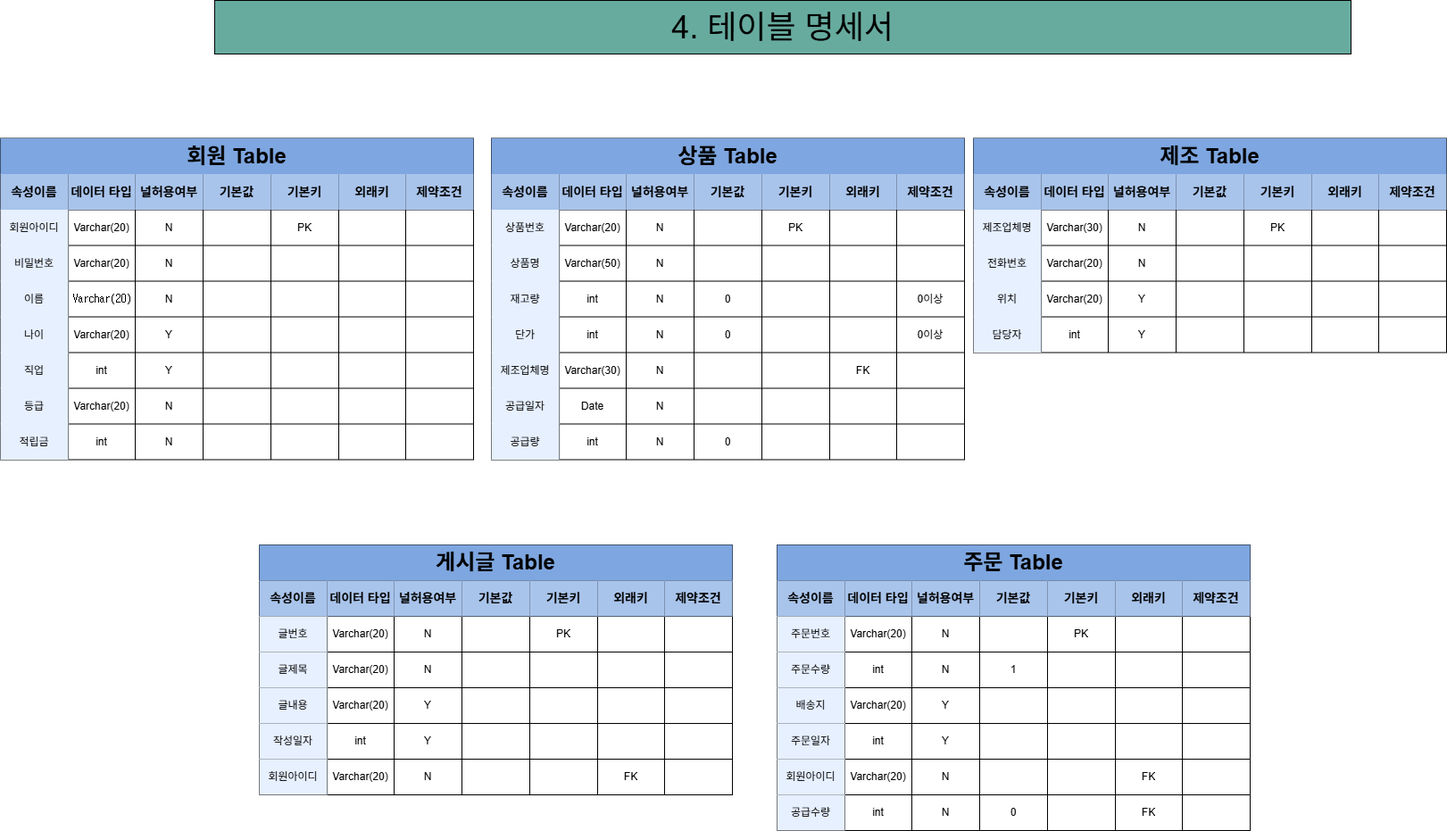
Earlier version of the draw.io export 한빛마트 온라인몰_4.테이블 설계.drawio.png (hazyala/DB_2025_2). Source tidied: cells renumbered, new cells last; positions are measured from the earlier drawing's top-left corner, leaving out a move shared by most shapes.
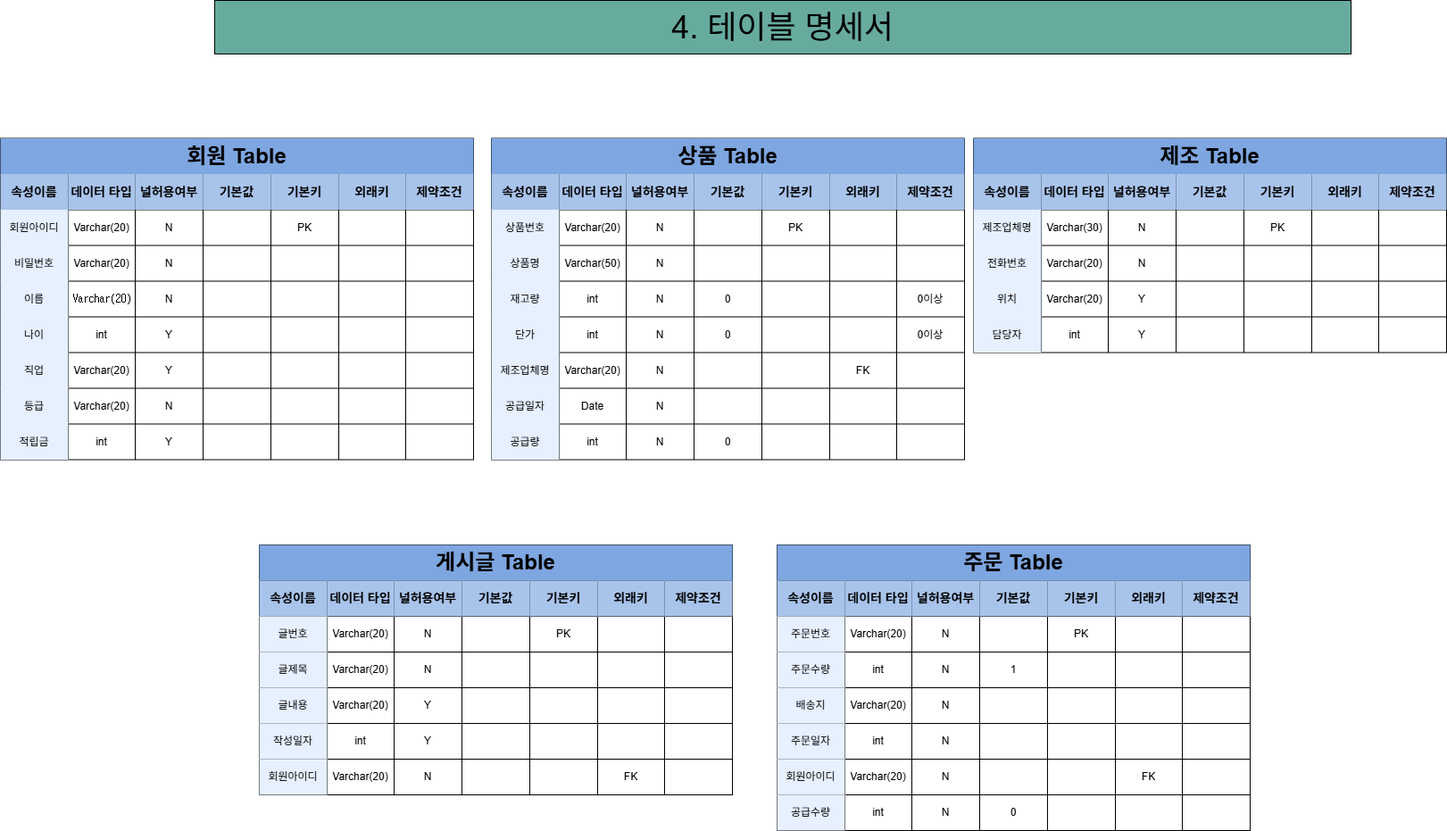
The same diagram one commit later.

Commit message:
한빛마트 온라인몰_4.테이블 설계.drawio.png이 추가되었습니다.

Change to the diagram source:
```diff
@@ -116,7 +116,7 @@
     <mxCell id="39" value="나이" style="shape=partialRectangle;html=1;whiteSpace=wrap;strokeColor=inherit;overflow=hidden;fillColor=#E7F0FF;top=0;left=0;bottom=0;right=0;" parent="38" vertex="1">
       <mxGeometry width="76" height="40" as="geometry" />
     </mxCell>
-    <mxCell id="40" value="Varchar(20)" style="shape=partialRectangle;html=1;whiteSpace=wrap;strokeColor=inherit;overflow=hidden;fillColor=none;top=0;left=0;bottom=0;right=0;" parent="38" vertex="1">
+    <mxCell id="40" value="int" style="shape=partialRectangle;html=1;whiteSpace=wrap;strokeColor=inherit;overflow=hidden;fillColor=none;top=0;left=0;bottom=0;right=0;" parent="38" vertex="1">
       <mxGeometry x="76" width="75" height="40" as="geometry" />
     </mxCell>
     <mxCell id="41" value="Y" style="shape=partialRectangle;html=1;whiteSpace=wrap;strokeColor=inherit;overflow=hidden;fillColor=none;top=0;left=0;bottom=0;right=0;" parent="38" vertex="1">
@@ -140,7 +140,7 @@
     <mxCell id="47" value="직업" style="shape=partialRectangle;html=1;whiteSpace=wrap;strokeColor=inherit;overflow=hidden;fillColor=#E7F0FF;top=0;left=0;bottom=0;right=0;" parent="46" vertex="1">
       <mxGeometry width="76" height="40" as="geometry" />
     </mxCell>
-    <mxCell id="48" value="int" style="shape=partialRectangle;html=1;whiteSpace=wrap;strokeColor=inherit;overflow=hidden;fillColor=none;top=0;left=0;bottom=0;right=0;" parent="46" vertex="1">
+    <mxCell id="48" value="Varchar(20)" style="shape=partialRectangle;html=1;whiteSpace=wrap;strokeColor=inherit;overflow=hidden;fillColor=none;top=0;left=0;bottom=0;right=0;" parent="46" vertex="1">
       <mxGeometry x="76" width="75" height="40" as="geometry" />
     </mxCell>
     <mxCell id="49" value="Y" style="shape=partialRectangle;html=1;whiteSpace=wrap;strokeColor=inherit;overflow=hidden;fillColor=none;top=0;left=0;bottom=0;right=0;" parent="46" vertex="1">
@@ -191,7 +191,7 @@
     <mxCell id="64" value="int" style="shape=partialRectangle;html=1;whiteSpace=wrap;strokeColor=inherit;overflow=hidden;fillColor=none;top=0;left=0;bottom=0;right=0;" parent="62" vertex="1">
       <mxGeometry x="76" width="75" height="40" as="geometry" />
     </mxCell>
-    <mxCell id="65" value="N" style="shape=partialRectangle;html=1;whiteSpace=wrap;strokeColor=inherit;overflow=hidden;fillColor=none;top=0;left=0;bottom=0;right=0;" parent="62" vertex="1">
+    <mxCell id="65" value="Y" style="shape=partialRectangle;html=1;whiteSpace=wrap;strokeColor=inherit;overflow=hidden;fillColor=none;top=0;left=0;bottom=0;right=0;" parent="62" vertex="1">
       <mxGeometry x="151" width="76" height="40" as="geometry" />
     </mxCell>
     <mxCell id="66" style="shape=partialRectangle;html=1;whiteSpace=wrap;strokeColor=inherit;overflow=hidden;fillColor=none;top=0;left=0;bottom=0;right=0;" parent="62" vertex="1">
@@ -341,7 +341,7 @@
     <mxCell id="114" value="제조업체명" style="shape=partialRectangle;html=1;whiteSpace=wrap;strokeColor=inherit;overflow=hidden;fillColor=#E7F0FF;top=0;left=0;bottom=0;right=0;" parent="113" vertex="1">
       <mxGeometry width="76" height="40" as="geometry" />
     </mxCell>
-    <mxCell id="115" value="Varchar(30)" style="shape=partialRectangle;html=1;whiteSpace=wrap;strokeColor=inherit;overflow=hidden;fillColor=none;top=0;left=0;bottom=0;right=0;" parent="113" vertex="1">
+    <mxCell id="115" value="Varchar(20)" style="shape=partialRectangle;html=1;whiteSpace=wrap;strokeColor=inherit;overflow=hidden;fillColor=none;top=0;left=0;bottom=0;right=0;" parent="113" vertex="1">
       <mxGeometry x="76" width="75" height="40" as="geometry" />
     </mxCell>
     <mxCell id="116" value="N" style="shape=partialRectangle;html=1;whiteSpace=wrap;strokeColor=inherit;overflow=hidden;fillColor=none;top=0;left=0;bottom=0;right=0;" parent="113" vertex="1">
@@ -779,7 +779,7 @@
     <mxCell id="260" value="Varchar(20)" style="shape=partialRectangle;html=1;whiteSpace=wrap;strokeColor=inherit;overflow=hidden;fillColor=none;top=0;left=0;bottom=0;right=0;" parent="258" vertex="1">
       <mxGeometry x="76" width="75" height="40" as="geometry" />
     </mxCell>
-    <mxCell id="261" value="Y" style="shape=partialRectangle;html=1;whiteSpace=wrap;strokeColor=inherit;overflow=hidden;fillColor=none;top=0;left=0;bottom=0;right=0;" parent="258" vertex="1">
+    <mxCell id="261" value="N" style="shape=partialRectangle;html=1;whiteSpace=wrap;strokeColor=inherit;overflow=hidden;fillColor=none;top=0;left=0;bottom=0;right=0;" parent="258" vertex="1">
       <mxGeometry x="151" width="76" height="40" as="geometry" />
     </mxCell>
     <mxCell id="262" style="shape=partialRectangle;html=1;whiteSpace=wrap;strokeColor=inherit;overflow=hidden;fillColor=none;top=0;left=0;bottom=0;right=0;" parent="258" vertex="1">
@@ -803,7 +803,7 @@
     <mxCell id="268" value="int" style="shape=partialRectangle;html=1;whiteSpace=wrap;strokeColor=inherit;overflow=hidden;fillColor=none;top=0;left=0;bottom=0;right=0;" parent="266" vertex="1">
       <mxGeometry x="76" width="75" height="40" as="geometry" />
     </mxCell>
-    <mxCell id="269" value="Y" style="shape=partialRectangle;html=1;whiteSpace=wrap;strokeColor=inherit;overflow=hidden;fillColor=none;top=0;left=0;bottom=0;right=0;" parent="266" vertex="1">
+    <mxCell id="269" value="N" style="shape=partialRectangle;html=1;whiteSpace=wrap;strokeColor=inherit;overflow=hidden;fillColor=none;top=0;left=0;bottom=0;right=0;" parent="266" vertex="1">
       <mxGeometry x="151" width="76" height="40" as="geometry" />
     </mxCell>
     <mxCell id="270" style="shape=partialRectangle;html=1;whiteSpace=wrap;strokeColor=inherit;overflow=hidden;fillColor=none;top=0;left=0;bottom=0;right=0;" parent="266" vertex="1">
@@ -860,7 +860,7 @@
     <mxCell id="287" style="shape=partialRectangle;html=1;whiteSpace=wrap;strokeColor=inherit;overflow=hidden;fillColor=none;top=0;left=0;bottom=0;right=0;" parent="282" vertex="1">
       <mxGeometry x="303" width="76" height="40" as="geometry" />
     </mxCell>
-    <mxCell id="288" value="FK" style="shape=partialRectangle;html=1;whiteSpace=wrap;strokeColor=inherit;overflow=hidden;fillColor=none;top=0;left=0;bottom=0;right=0;" parent="282" vertex="1">
+    <mxCell id="288" style="shape=partialRectangle;html=1;whiteSpace=wrap;strokeColor=inherit;overflow=hidden;fillColor=none;top=0;left=0;bottom=0;right=0;" parent="282" vertex="1">
       <mxGeometry x="379" width="75" height="40" as="geometry" />
     </mxCell>
     <mxCell id="289" style="shape=partialRectangle;html=1;whiteSpace=wrap;strokeColor=inherit;overflow=hidden;fillColor=none;top=0;left=0;bottom=0;right=0;" parent="282" vertex="1">
```
